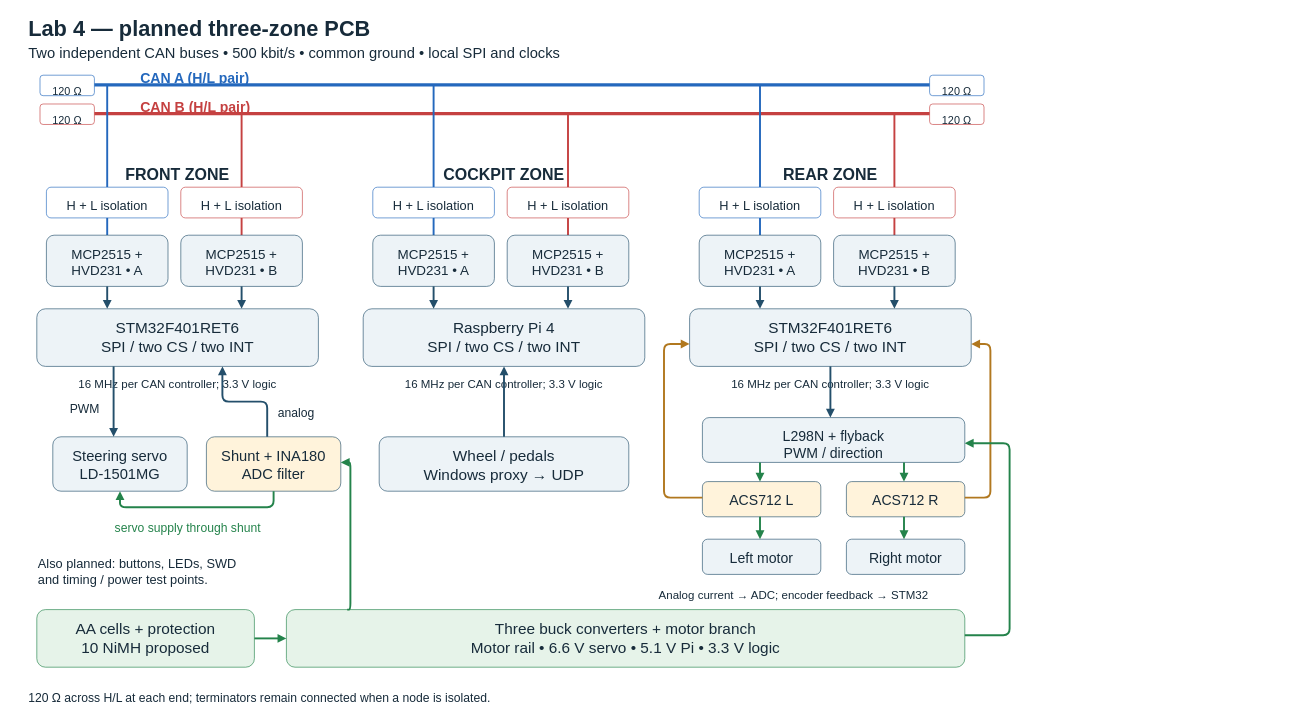
Earlier version of the draw.io diagram lab4/Lab4-System.drawio (fmarples/18649_team4). Source tidied: cells renumbered, new cells numbered last; positions are measured from the earlier drawing's top-left corner, leaving out a move shared by most shapes. Both pictures are drawn from the tidied source at 64%, with x=0, y=0 at pixel (11, 11).
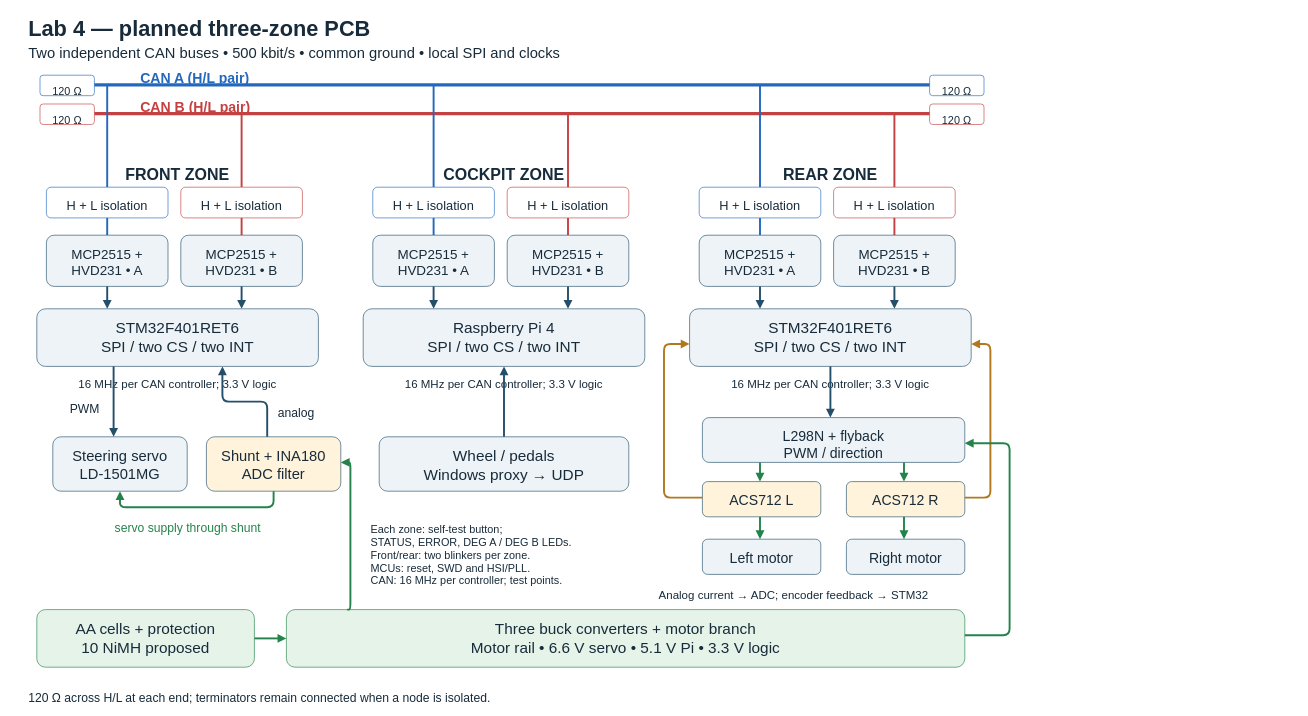
The same diagram, later.

What changed in the source:
```diff
@@
-    <mxCell id="80" value="Also planned: buttons, LEDs, SWD&#10;and timing / power test points." style="text;html=0;align=left;verticalAlign=top;fontSize=20;fontStyle=0;fontColor=#172b3a;" parent="1" vertex="1">
-      <mxGeometry x="40" y="845" width="1000" height="52" as="geometry" />
+    <mxCell id="80" value="Each zone: self-test button;&#10;STATUS, ERROR, DEG A / DEG B LEDs.&#10;Front/rear: two blinkers per zone.&#10;MCUs: reset, SWD and HSI/PLL.&#10;CAN: 16 MHz per controller; test points." style="text;html=0;align=left;verticalAlign=top;fontSize=17;fontStyle=0;fontColor=#172b3a;" parent="1" vertex="1">
+      <mxGeometry x="560" y="793" width="440" height="110" as="geometry" />
     </mxCell>
```
